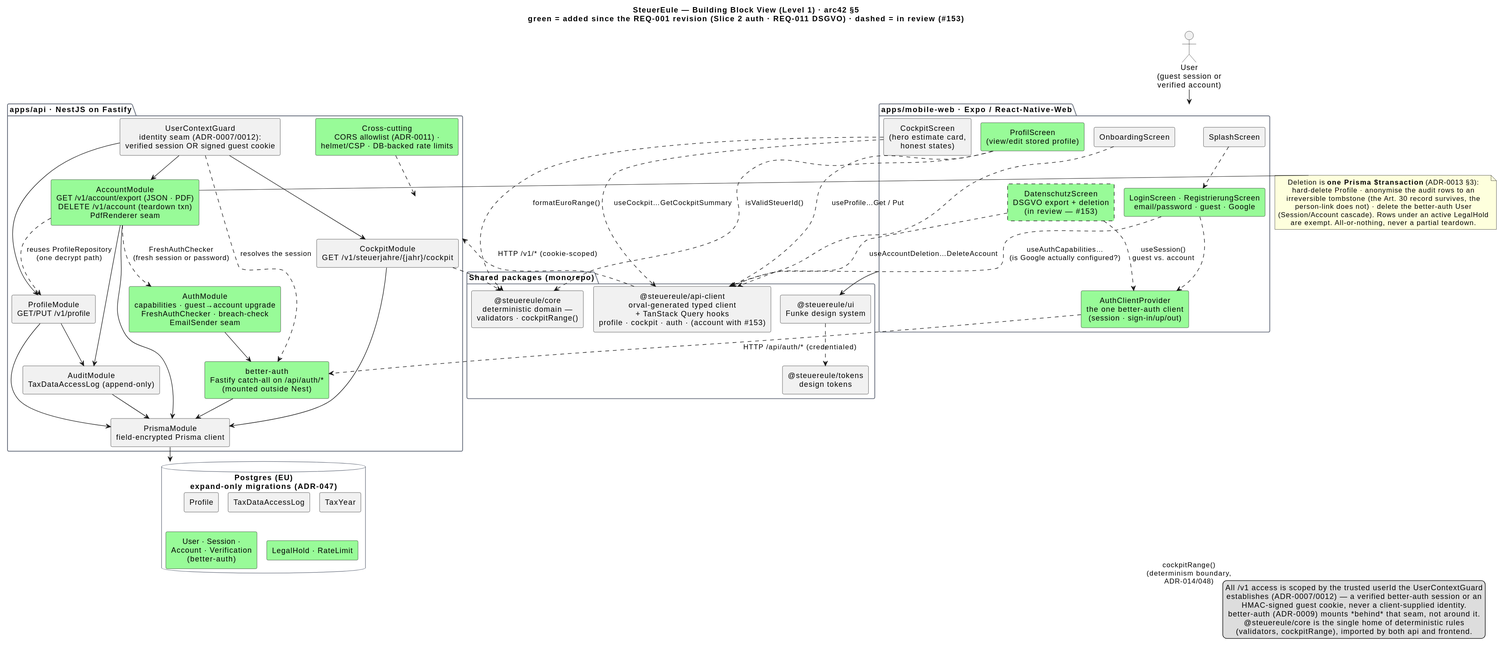
This is docs/arc42/building-block-view.svg from NexusHero/Steuereule, a PlantUML export, as it was before one commit.
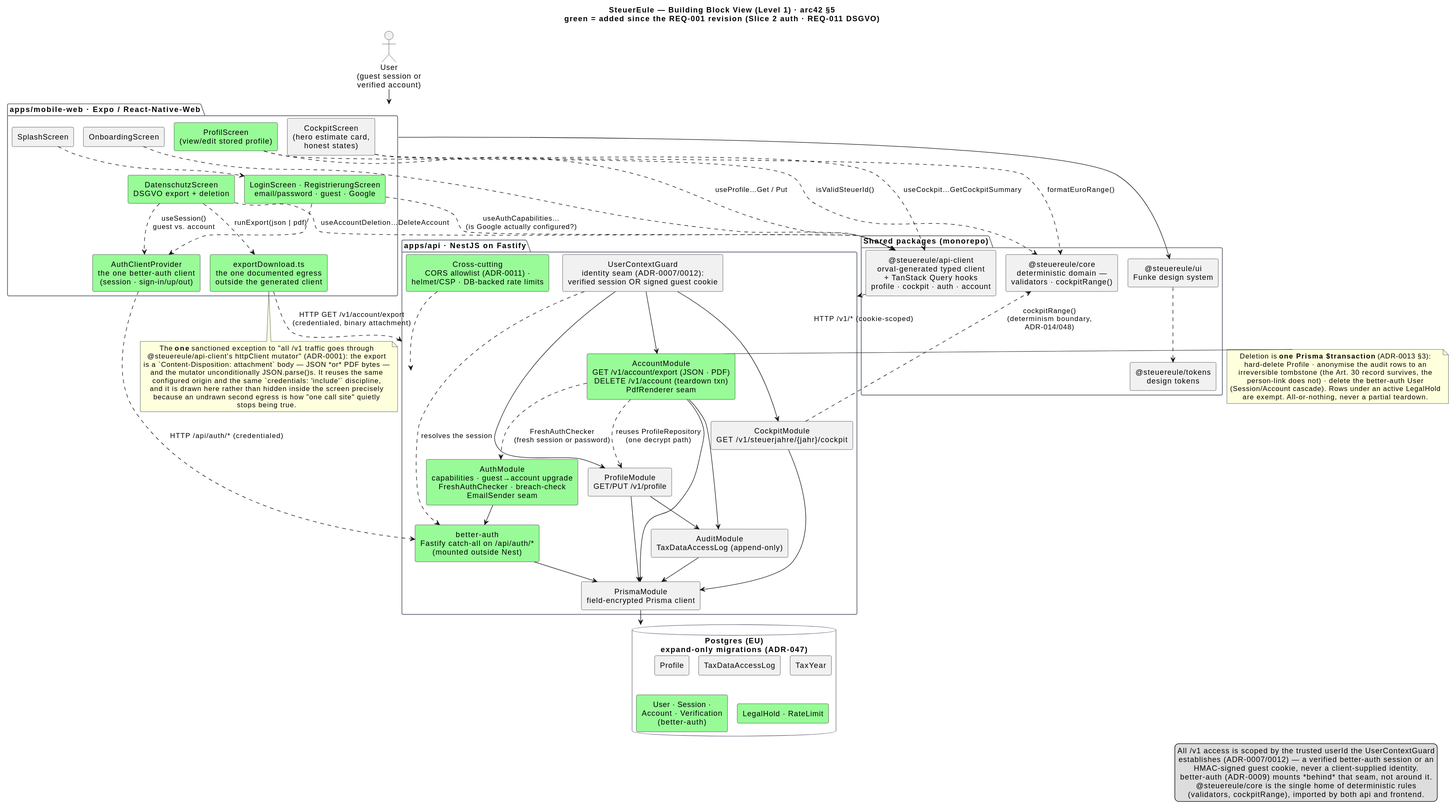
After the change.

Commit message:
docs(arc42): drop the in-review markers now REQ-011 has landed, and draw the export egress

The edit, as a diff of the source:
```diff
@@ -6,7 +6,7 @@
 skinparam rectangleBorderColor #6b7280
 skinparam packageBorderColor #6b7280
 
-title SteuerEule — Building Block View (Level 1) · arc42 §5\ngreen = added since the REQ-001 revision (Slice 2 auth · REQ-011 DSGVO) · dashed = in review (#153)
+title SteuerEule — Building Block View (Level 1) · arc42 §5\ngreen = added since the REQ-001 revision (Slice 2 auth · REQ-011 DSGVO)
 
 actor "User\n(guest session or\nverified account)" as user
 
@@ -16,13 +16,14 @@
   component "OnboardingScreen" as onb
   component "CockpitScreen\n(hero estimate card,\nhonest states)" as cockpitScreen
   component "ProfilScreen\n(view/edit stored profile)" as profilScreen #palegreen
-  component "DatenschutzScreen\nDSGVO export + deletion\n(in review — #153)" as datenschutzScreen #palegreen;line.dashed
+  component "DatenschutzScreen\nDSGVO export + deletion" as datenschutzScreen #palegreen
   component "AuthClientProvider\nthe one better-auth client\n(session · sign-in/up/out)" as authClient #palegreen
+  component "exportDownload.ts\nthe one documented egress\noutside the generated client" as exportDl #palegreen
 }
 
 package "Shared packages (monorepo)" as pkgs {
   component "@steuereule/core\ndeterministic domain —\nvalidators · cockpitRange()" as core
-  component "@steuereule/api-client\norval-generated typed client\n+ TanStack Query hooks\nprofile · cockpit · auth · (account with #153)" as apiclient
+  component "@steuereule/api-client\norval-generated typed client\n+ TanStack Query hooks\nprofile · cockpit · auth · account" as apiclient
   component "@steuereule/ui\nFunke design system" as ui
   component "@steuereule/tokens\ndesign tokens" as tokens
 }
@@ -58,11 +59,13 @@
 profilScreen ..> core : isValidSteuerId()
 datenschutzScreen ..> apiclient : useAccountDeletion…DeleteAccount
 datenschutzScreen ..> authClient : useSession()\nguest vs. account
+datenschutzScreen ..> exportDl : runExport(json | pdf)
 fe --> ui
 ui ..> tokens
 
 authClient ..> betterauth : HTTP  /api/auth/*  (credentialed)
 apiclient ..> api : HTTP  /v1/*  (cookie-scoped)
+exportDl ..> api : HTTP  GET /v1/account/export\n(credentialed, binary attachment)
 
 betterauth --> prisma
 guard ..> betterauth : resolves the session
@@ -82,6 +85,17 @@
 prisma --> db
 crosscut ..> api
 
+note bottom of exportDl
+  The **one** sanctioned exception to "all /v1 traffic goes through
+  @steuereule/api-client's httpClient mutator" (ADR-0001): the export
+  is a `Content-Disposition: attachment` body — JSON *or* PDF bytes —
+  and the mutator unconditionally JSON.parse()s. It reuses the same
+  configured origin and the same `credentials: 'include'` discipline,
+  and it is drawn here rather than hidden inside the screen precisely
+  because an undrawn second egress is how "one call site" quietly
+  stops being true.
+end note
+
 note right of accountMod
   Deletion is **one Prisma $transaction** (ADR-0013 §3):
   hard-delete Profile · anonymise the audit rows to an
```
